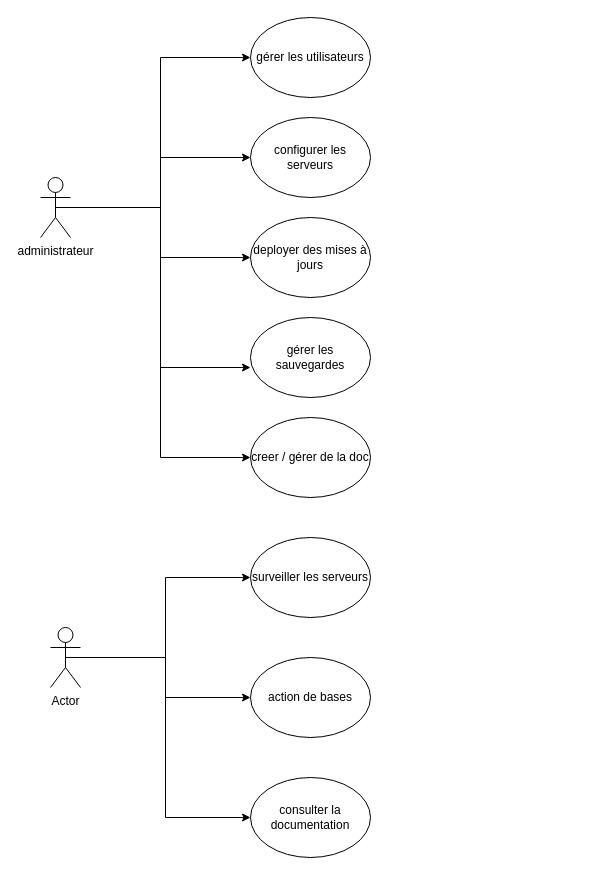
The draw.io diagram Diagramme sans nom.drawio in houckontape/tuxProject, before the edit. Source tidied: cells renumbered, new cells numbered last; positions are measured from the earlier drawing's top-left corner, leaving out a move shared by most shapes. Both pictures are drawn from the tidied source at 100%, with x=0, y=0 at pixel (40, 17).
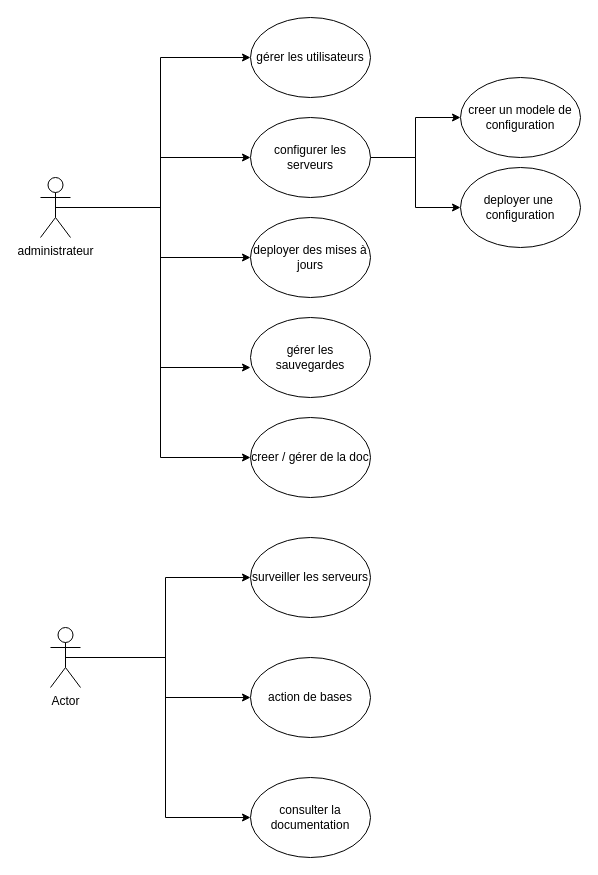
The same diagram, later.

Commit message:
diagramme de sequence TuxFarm.drawio

The change refers to these unchanged cells:
```xml
<mxCell id="12" value="configurer les serveurs" style="ellipse;whiteSpace=wrap;html=1;" parent="1" vertex="1">
  <mxGeometry x="210" y="100" width="120" height="80" as="geometry" />
</mxCell>
```

The edit, as a diff of the source:
```diff
@@
+    <mxCell id="20" style="edgeStyle=orthogonalEdgeStyle;rounded=0;jettySize=auto;html=1;exitX=1;exitY=0.5;exitDx=0;exitDy=0;entryX=0;entryY=0.5;entryDx=0;entryDy=0;" parent="1" edge="1" source="12" target="22">
+      <mxGeometry relative="1" as="geometry" />
+    </mxCell>
+    <mxCell id="21" style="edgeStyle=orthogonalEdgeStyle;rounded=0;jettySize=auto;html=1;exitX=1;exitY=0.5;exitDx=0;exitDy=0;entryX=0;entryY=0.5;entryDx=0;entryDy=0;" parent="1" edge="1" source="12" target="23">
+      <mxGeometry relative="1" as="geometry" />
+    </mxCell>
@@
+    <mxCell id="22" value="creer un modele de configuration" style="ellipse;whiteSpace=wrap;html=1;" parent="1" vertex="1">
+      <mxGeometry x="420" y="60" width="120" height="80" as="geometry" />
+    </mxCell>
+    <mxCell id="23" value="deployer une&amp;nbsp; configuration" style="ellipse;whiteSpace=wrap;html=1;" parent="1" vertex="1">
+      <mxGeometry x="420" y="150" width="120" height="80" as="geometry" />
+    </mxCell>
```
